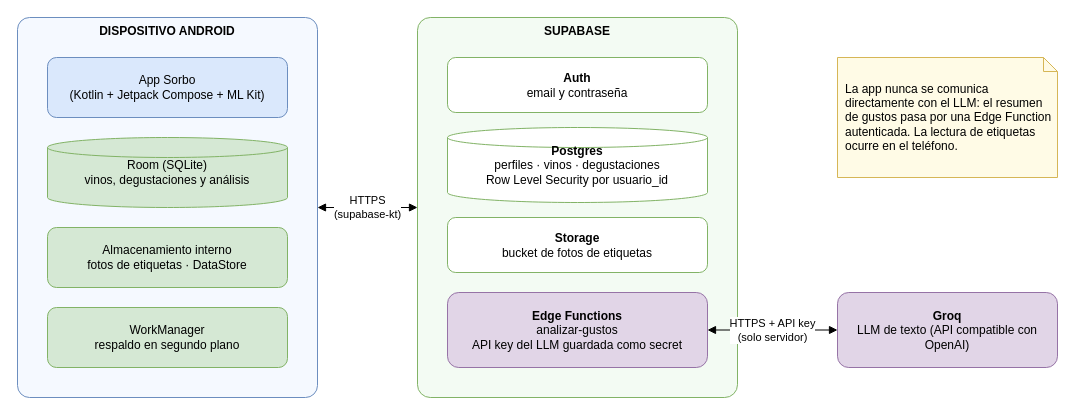
The draw.io diagram page "Topología de infraestructura" (4 of 5) of docs/diagramas/sorbo.drawio in alejogarciabosio/sorbo-app, before the edit. Source tidied: cells renumbered, new cells numbered last; positions are measured from the earlier drawing's top-left corner, leaving out a move shared by most shapes. Both pictures are drawn from the tidied source at 100%, with x=0, y=0 at pixel (17, 17).
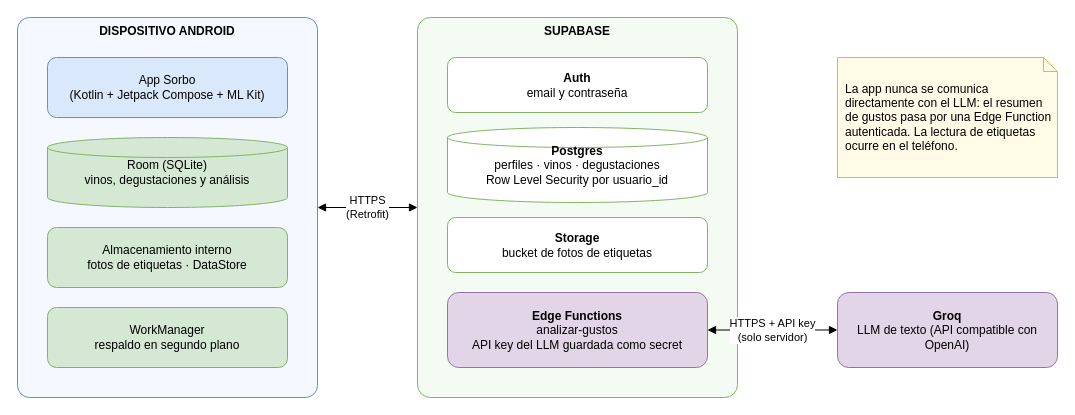
Above is the later version.

Commit message (it also covers changes not shown here):
docs: usar Retrofit y OkHttp para hablar con Supabase

Change to the diagram source:
```diff
@@
 <mxGraphModel>
   <root>
     <mxCell id="0" />
     <mxCell id="1" parent="0" />
     <mxCell id="2" value="DISPOSITIVO ANDROID" style="rounded=1;whiteSpace=wrap;html=1;fillColor=#f5f9ff;strokeColor=#6c8ebf;verticalAlign=top;fontStyle=1;arcSize=4;" parent="1" vertex="1">
       <mxGeometry width="300" height="380" as="geometry" />
     </mxCell>
     <mxCell id="3" value="App Sorbo&lt;br&gt;(Kotlin + Jetpack Compose + ML Kit)" style="rounded=1;whiteSpace=wrap;html=1;fillColor=#dae8fc;strokeColor=#6c8ebf;" parent="1" vertex="1">
       <mxGeometry x="30" y="40" width="240" height="60" as="geometry" />
     </mxCell>
     <mxCell id="4" value="Room (SQLite)&lt;br&gt;vinos, degustaciones y análisis" style="shape=cylinder3;whiteSpace=wrap;html=1;size=10;fillColor=#d5e8d4;strokeColor=#82b366;" parent="1" vertex="1">
       <mxGeometry x="30" y="120" width="240" height="70" as="geometry" />
     </mxCell>
     <mxCell id="5" value="Almacenamiento interno&lt;br&gt;fotos de etiquetas · DataStore" style="rounded=1;whiteSpace=wrap;html=1;fillColor=#d5e8d4;strokeColor=#82b366;" parent="1" vertex="1">
       <mxGeometry x="30" y="210" width="240" height="60" as="geometry" />
     </mxCell>
     <mxCell id="6" value="WorkManager&lt;br&gt;respaldo en segundo plano" style="rounded=1;whiteSpace=wrap;html=1;fillColor=#d5e8d4;strokeColor=#82b366;" parent="1" vertex="1">
       <mxGeometry x="30" y="290" width="240" height="60" as="geometry" />
     </mxCell>
     <mxCell id="7" value="SUPABASE" style="rounded=1;whiteSpace=wrap;html=1;fillColor=#f3fbf3;strokeColor=#82b366;verticalAlign=top;fontStyle=1;arcSize=4;" parent="1" vertex="1">
       <mxGeometry x="400" width="320" height="380" as="geometry" />
     </mxCell>
     <mxCell id="8" value="&lt;b&gt;Auth&lt;/b&gt;&lt;br&gt;email y contraseña" style="rounded=1;whiteSpace=wrap;html=1;fillColor=#ffffff;strokeColor=#82b366;" parent="1" vertex="1">
       <mxGeometry x="430" y="40" width="260" height="55" as="geometry" />
     </mxCell>
     <mxCell id="9" value="&lt;b&gt;Postgres&lt;/b&gt;&lt;br&gt;perfiles · vinos · degustaciones&lt;br&gt;Row Level Security por usuario_id" style="shape=cylinder3;whiteSpace=wrap;html=1;size=10;fillColor=#ffffff;strokeColor=#82b366;" parent="1" vertex="1">
       <mxGeometry x="430" y="110" width="260" height="75" as="geometry" />
     </mxCell>
     <mxCell id="10" value="&lt;b&gt;Storage&lt;/b&gt;&lt;br&gt;bucket de fotos de etiquetas" style="rounded=1;whiteSpace=wrap;html=1;fillColor=#ffffff;strokeColor=#82b366;" parent="1" vertex="1">
       <mxGeometry x="430" y="200" width="260" height="55" as="geometry" />
     </mxCell>
     <mxCell id="11" value="&lt;b&gt;Edge Functions&lt;/b&gt;&lt;br&gt;analizar-gustos&lt;br&gt;API key del LLM guardada como secret" style="rounded=1;whiteSpace=wrap;html=1;fillColor=#e1d5e7;strokeColor=#9673a6;" parent="1" vertex="1">
       <mxGeometry x="430" y="275" width="260" height="75" as="geometry" />
     </mxCell>
     <mxCell id="12" value="&lt;b&gt;Groq&lt;/b&gt;&lt;br&gt;LLM de texto (API compatible con OpenAI)" style="rounded=1;whiteSpace=wrap;html=1;fillColor=#e1d5e7;strokeColor=#9673a6;" parent="1" vertex="1">
       <mxGeometry x="820" y="275" width="220" height="75" as="geometry" />
     </mxCell>
     <mxCell id="13" value="La app nunca se comunica directamente con el LLM: el resumen de gustos pasa por una Edge Function autenticada. La lectura de etiquetas ocurre en el teléfono." style="shape=note;whiteSpace=wrap;html=1;size=14;fillColor=#fffbe6;strokeColor=#d6b656;align=left;spacingLeft=6;" parent="1" vertex="1">
       <mxGeometry x="820" y="40" width="220" height="120" as="geometry" />
     </mxCell>
-    <mxCell id="14" value="HTTPS&lt;br&gt;(supabase-kt)" style="html=1;endArrow=block;startArrow=block;" parent="1" edge="1" source="2" target="7">
+    <mxCell id="14" value="HTTPS&lt;br&gt;(Retrofit)" style="html=1;endArrow=block;startArrow=block;" parent="1" edge="1" source="2" target="7">
       <mxGeometry relative="1" as="geometry" />
     </mxCell>
     <mxCell id="15" value="HTTPS + API key&lt;br&gt;(solo servidor)" style="html=1;endArrow=block;startArrow=block;" parent="1" edge="1" source="11" target="12">
       <mxGeometry relative="1" as="geometry" />
     </mxCell>
   </root>
 </mxGraphModel>
```
